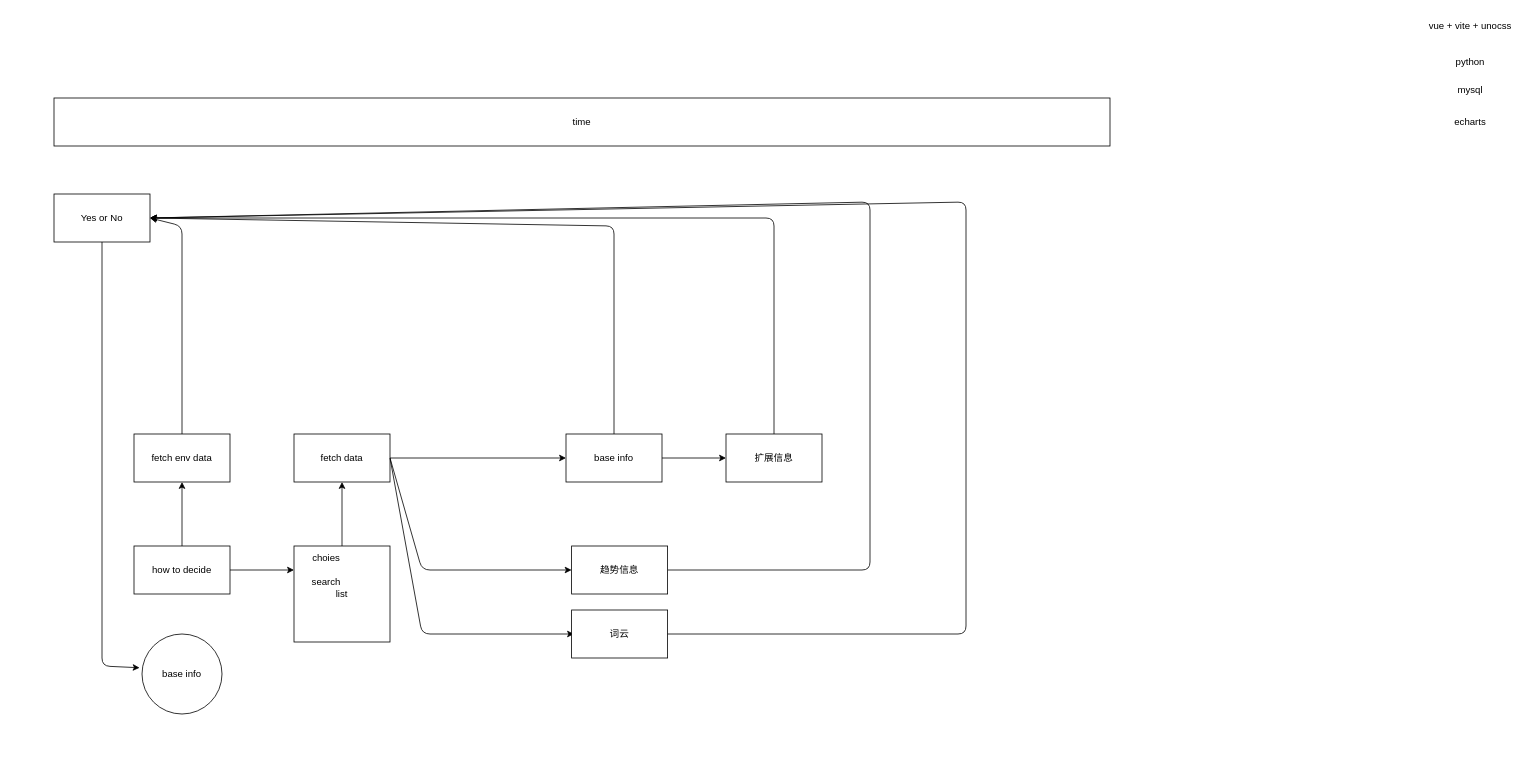
This is MY-EXPLORE/what.dio from xilin98/Data-Science-For-Beginners, a draw.io file, before an edit. Source tidied: cells renumbered, new cells numbered last; positions are measured from the earlier drawing's top-left corner, leaving out a move shared by most shapes. Both pictures are drawn from the tidied source at 80%, with x=0, y=0 at pixel (54, 14).
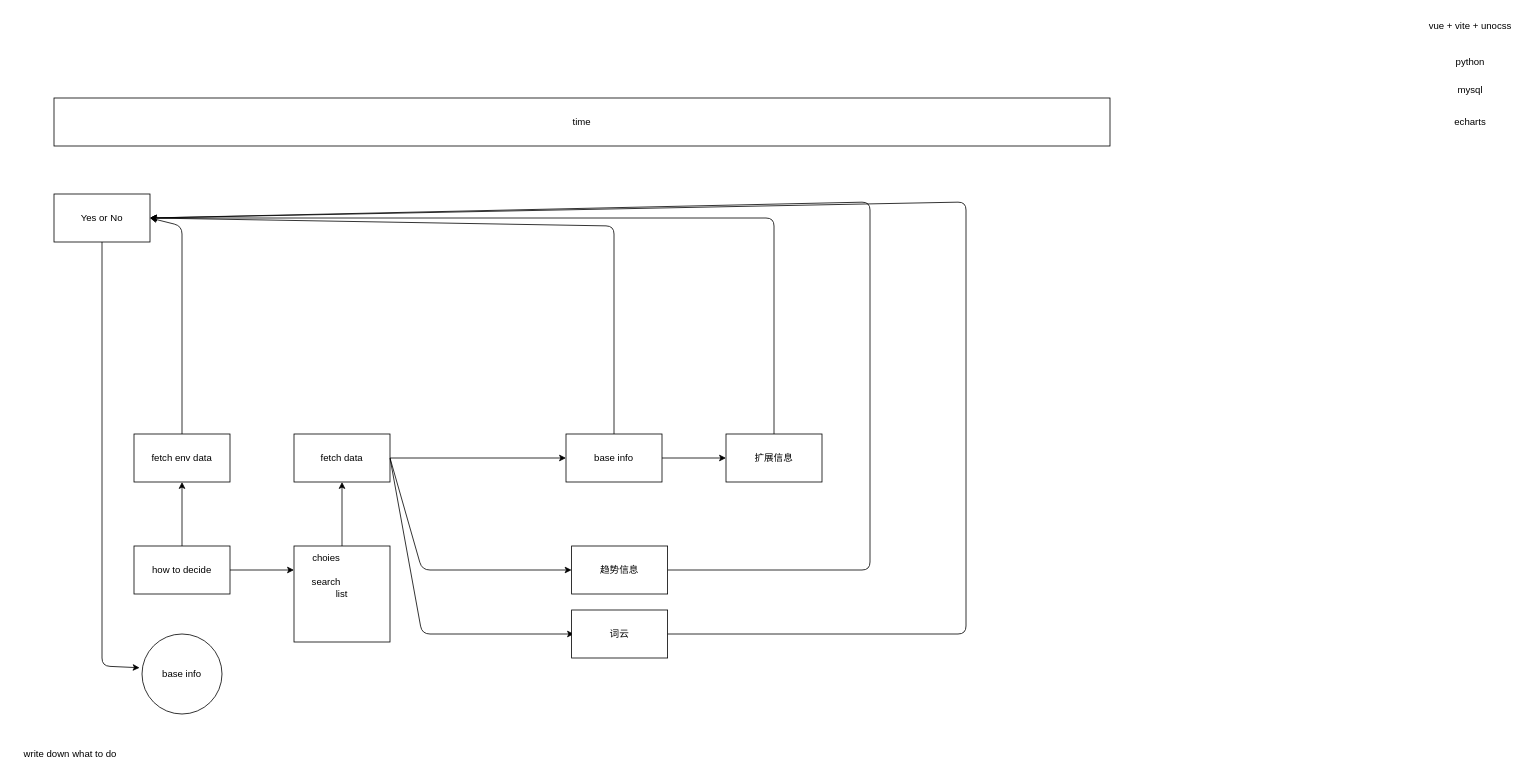
After the change.

The edit, as a diff of the source:
```diff
@@
+    <mxCell id="32" value="write down what to do" style="text;html=1;align=center;verticalAlign=middle;strokeColor=none;fillColor=none;" parent="1" vertex="1">
+      <mxGeometry x="-50" y="910" width="140" height="30" as="geometry" />
+    </mxCell>
```
